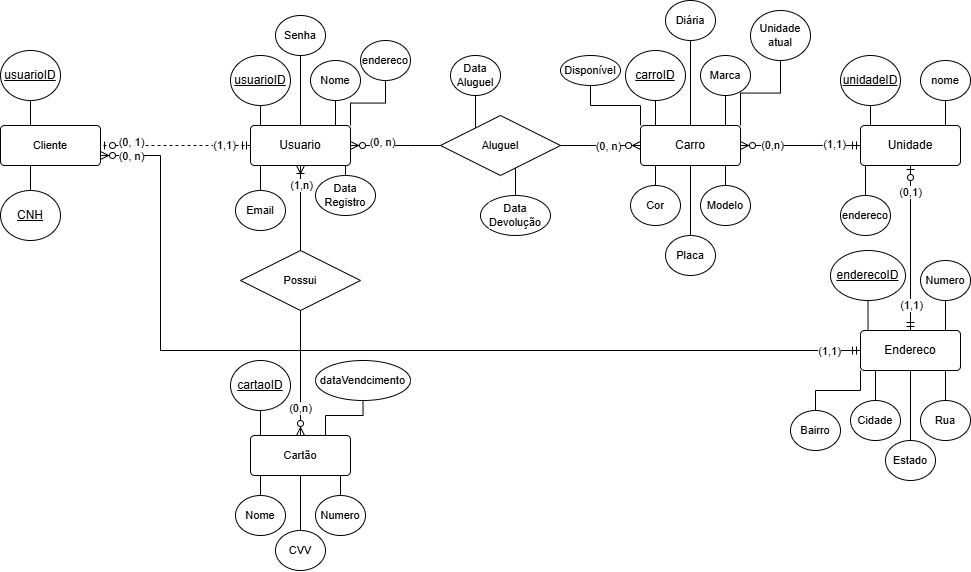
This is MobcarMER.png from Pedroguibas/Mobcar, a draw.io export, as it was before one commit. Source tidied: cells renumbered, new cells last; positions are measured from the earlier drawing's top-left corner, leaving out a move shared by most shapes.
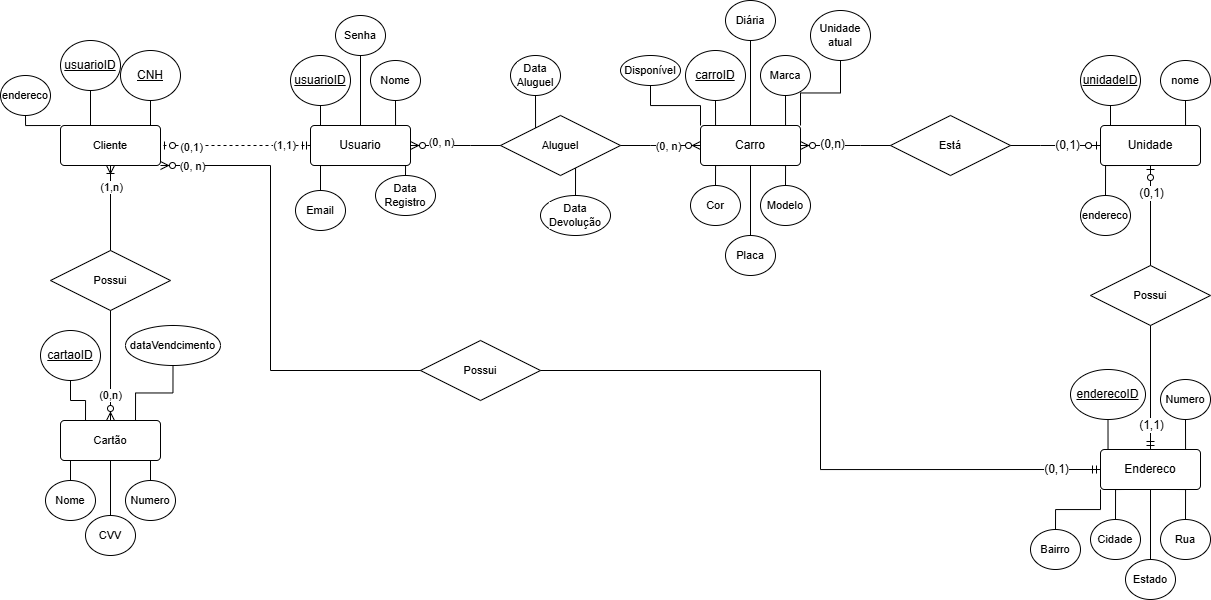
After the change.

Diff of the diagram source:
```diff
@@ -19,5 +19,2 @@
     </mxCell>
-    <mxCell id="7" style="edgeStyle=orthogonalEdgeStyle;rounded=0;jettySize=auto;html=1;exitX=1;exitY=0;exitDx=0;exitDy=0;endArrow=none;startFill=0;" parent="1" edge="1" source="8" target="88">
-      <mxGeometry relative="1" as="geometry" />
-    </mxCell>
     <mxCell id="8" value="Usuario" style="rounded=1;arcSize=10;whiteSpace=wrap;html=1;align=center;" parent="1" vertex="1">
@@ -116,5 +113,8 @@
     </mxCell>
-    <mxCell id="38" style="edgeStyle=orthogonalEdgeStyle;shape=connector;rounded=0;jettySize=auto;html=1;exitX=0.25;exitY=1;exitDx=0;exitDy=0;entryX=0.5;entryY=0;entryDx=0;entryDy=0;strokeColor=default;align=center;verticalAlign=middle;fontFamily=Helvetica;fontSize=11;fontColor=default;labelBackgroundColor=default;startFill=0;endArrow=none;" parent="1" edge="1" source="39" target="43">
+    <mxCell id="38" style="edgeStyle=orthogonalEdgeStyle;shape=connector;rounded=0;jettySize=auto;html=1;exitX=0.75;exitY=0;exitDx=0;exitDy=0;entryX=0.5;entryY=1;entryDx=0;entryDy=0;strokeColor=default;align=center;verticalAlign=middle;fontFamily=Helvetica;fontSize=11;fontColor=default;labelBackgroundColor=default;startFill=0;endArrow=none;" parent="1" edge="1" source="39" target="43">
       <mxGeometry relative="1" as="geometry" />
     </mxCell>
+    <mxCell id="94" style="edgeStyle=orthogonalEdgeStyle;shape=connector;rounded=0;jettySize=auto;html=1;exitX=0;exitY=0;exitDx=0;exitDy=0;entryX=0.5;entryY=1;entryDx=0;entryDy=0;strokeColor=default;align=center;verticalAlign=middle;fontFamily=Helvetica;fontSize=11;fontColor=default;labelBackgroundColor=default;startFill=0;endArrow=none;" parent="1" edge="1" source="39" target="88">
+      <mxGeometry relative="1" as="geometry" />
+    </mxCell>
     <mxCell id="39" value="Cliente" style="rounded=1;arcSize=10;whiteSpace=wrap;html=1;align=center;fontFamily=Helvetica;fontSize=11;fontColor=default;labelBackgroundColor=default;" parent="1" vertex="1">
@@ -125,5 +125,5 @@
     </mxCell>
-    <mxCell id="41" value="(0, 1)" style="edgeLabel;html=1;align=center;verticalAlign=middle;fontFamily=Helvetica;fontSize=11;fontColor=default;labelBackgroundColor=default;" parent="40" vertex="1">
+    <mxCell id="41" value="(0,1)" style="edgeLabel;html=1;align=center;verticalAlign=middle;fontFamily=Helvetica;fontSize=11;fontColor=default;labelBackgroundColor=default;" parent="40" vertex="1">
       <mxGeometry x="0.61" y="2" relative="1" as="geometry">
-        <mxPoint y="-6" as="offset" />
+        <mxPoint y="-1" as="offset" />
       </mxGeometry>
@@ -134,6 +134,6 @@
     <mxCell id="43" value="CNH" style="ellipse;whiteSpace=wrap;html=1;align=center;fontStyle=4;" parent="1" vertex="1">
-      <mxGeometry y="190" width="60" height="50" as="geometry" />
+      <mxGeometry x="60" y="50" width="60" height="50" as="geometry" />
     </mxCell>
     <mxCell id="44" value="usuarioID" style="ellipse;whiteSpace=wrap;html=1;align=center;fontStyle=4;" parent="1" vertex="1">
-      <mxGeometry y="50" width="60" height="50" as="geometry" />
+      <mxGeometry y="40" width="60" height="50" as="geometry" />
     </mxCell>
@@ -155,9 +155,9 @@
     <mxCell id="50" value="Unidade" style="rounded=1;arcSize=10;whiteSpace=wrap;html=1;align=center;" parent="1" vertex="1">
-      <mxGeometry x="860" y="125" width="100" height="40" as="geometry" />
+      <mxGeometry x="1040" y="125" width="100" height="40" as="geometry" />
     </mxCell>
     <mxCell id="51" value="unidadeID" style="ellipse;whiteSpace=wrap;html=1;align=center;fontStyle=4;" parent="1" vertex="1">
-      <mxGeometry x="840" y="55" width="60" height="50" as="geometry" />
+      <mxGeometry x="1020" y="55" width="60" height="50" as="geometry" />
     </mxCell>
     <mxCell id="52" value="endereco" style="ellipse;whiteSpace=wrap;html=1;align=center;fontFamily=Helvetica;fontSize=11;fontColor=default;labelBackgroundColor=default;" parent="1" vertex="1">
-      <mxGeometry x="840" y="195" width="50" height="40" as="geometry" />
+      <mxGeometry x="1020" y="195" width="50" height="40" as="geometry" />
     </mxCell>
@@ -182,37 +182,24 @@
     <mxCell id="59" value="Endereco" style="rounded=1;arcSize=10;whiteSpace=wrap;html=1;align=center;" parent="1" vertex="1">
-      <mxGeometry x="860" y="330" width="100" height="40" as="geometry" />
+      <mxGeometry x="1040" y="449" width="100" height="40" as="geometry" />
     </mxCell>
     <mxCell id="60" value="Cidade" style="ellipse;whiteSpace=wrap;html=1;align=center;fontFamily=Helvetica;fontSize=11;fontColor=default;labelBackgroundColor=default;" parent="1" vertex="1">
-      <mxGeometry x="850" y="400" width="50" height="40" as="geometry" />
+      <mxGeometry x="1030" y="519" width="50" height="40" as="geometry" />
     </mxCell>
     <mxCell id="61" value="Rua" style="ellipse;whiteSpace=wrap;html=1;align=center;fontFamily=Helvetica;fontSize=11;fontColor=default;labelBackgroundColor=default;" parent="1" vertex="1">
-      <mxGeometry x="920" y="400" width="50" height="40" as="geometry" />
+      <mxGeometry x="1100" y="519" width="50" height="40" as="geometry" />
     </mxCell>
     <mxCell id="62" value="Numero" style="ellipse;whiteSpace=wrap;html=1;align=center;fontFamily=Helvetica;fontSize=11;fontColor=default;labelBackgroundColor=default;" parent="1" vertex="1">
-      <mxGeometry x="920" y="260" width="50" height="40" as="geometry" />
+      <mxGeometry x="1100" y="379" width="50" height="40" as="geometry" />
     </mxCell>
     <mxCell id="63" value="enderecoID" style="ellipse;whiteSpace=wrap;html=1;align=center;fontStyle=4;" parent="1" vertex="1">
-      <mxGeometry x="830" y="250" width="75" height="50" as="geometry" />
+      <mxGeometry x="1010" y="369" width="75" height="50" as="geometry" />
     </mxCell>
     <mxCell id="64" value="nome" style="ellipse;whiteSpace=wrap;html=1;align=center;fontFamily=Helvetica;fontSize=11;fontColor=default;labelBackgroundColor=default;" parent="1" vertex="1">
-      <mxGeometry x="920" y="60" width="50" height="40" as="geometry" />
+      <mxGeometry x="1100" y="60" width="50" height="40" as="geometry" />
     </mxCell>
-    <mxCell id="65" style="edgeStyle=entityRelationEdgeStyle;fontSize=12;html=1;endArrow=ERzeroToMany;startArrow=ERmandOne;rounded=0;strokeColor=default;align=center;verticalAlign=middle;fontFamily=Helvetica;fontColor=default;labelBackgroundColor=default;entryX=1;entryY=0.5;entryDx=0;entryDy=0;exitX=0;exitY=0.5;exitDx=0;exitDy=0;" parent="1" edge="1" source="50" target="17">
-      <mxGeometry relative="1" as="geometry" />
-    </mxCell>
-    <mxCell id="66" value="(0,n)" style="edgeLabel;html=1;align=center;verticalAlign=middle;fontFamily=Helvetica;fontSize=11;fontColor=default;labelBackgroundColor=default;" parent="65" vertex="1">
-      <mxGeometry x="0.46" y="1" relative="1" as="geometry">
-        <mxPoint x="-2" y="-2" as="offset" />
-      </mxGeometry>
-    </mxCell>
-    <mxCell id="67" value="(1,1)" style="edgeLabel;html=1;align=center;verticalAlign=middle;fontFamily=Helvetica;fontSize=11;fontColor=default;labelBackgroundColor=default;" parent="65" vertex="1">
-      <mxGeometry x="-0.61" y="-1" relative="1" as="geometry">
-        <mxPoint x="-2" y="-1" as="offset" />
-      </mxGeometry>
-    </mxCell>
     <mxCell id="68" value="Estado" style="ellipse;whiteSpace=wrap;html=1;align=center;fontFamily=Helvetica;fontSize=11;fontColor=default;labelBackgroundColor=default;" parent="1" vertex="1">
-      <mxGeometry x="885" y="440" width="50" height="40" as="geometry" />
+      <mxGeometry x="1065" y="559" width="50" height="40" as="geometry" />
     </mxCell>
     <mxCell id="69" value="Bairro" style="ellipse;whiteSpace=wrap;html=1;align=center;fontFamily=Helvetica;fontSize=11;fontColor=default;labelBackgroundColor=default;" parent="1" vertex="1">
-      <mxGeometry x="790" y="410" width="50" height="40" as="geometry" />
+      <mxGeometry x="970" y="529" width="50" height="40" as="geometry" />
     </mxCell>
@@ -221,26 +208,2 @@
     </mxCell>
-    <mxCell id="71" style="fontSize=12;html=1;endArrow=ERzeroToOne;startArrow=ERmandOne;rounded=0;strokeColor=default;align=center;verticalAlign=middle;fontFamily=Helvetica;fontColor=default;labelBackgroundColor=default;entryX=0.5;entryY=1;entryDx=0;entryDy=0;exitX=0.5;exitY=0;exitDx=0;exitDy=0;" parent="1" edge="1" source="59" target="50">
-      <mxGeometry relative="1" as="geometry" />
-    </mxCell>
-    <mxCell id="72" value="(1,1)" style="edgeLabel;html=1;align=center;verticalAlign=middle;fontFamily=Helvetica;fontSize=11;fontColor=default;labelBackgroundColor=default;" parent="71" vertex="1">
-      <mxGeometry x="-0.69" relative="1" as="geometry" />
-    </mxCell>
-    <mxCell id="73" value="(0,1)" style="edgeLabel;html=1;align=center;verticalAlign=middle;fontFamily=Helvetica;fontSize=11;fontColor=default;labelBackgroundColor=default;" parent="71" vertex="1">
-      <mxGeometry x="0.69" y="1" relative="1" as="geometry" />
-    </mxCell>
-    <mxCell id="74" style="edgeStyle=elbowEdgeStyle;fontSize=12;html=1;endArrow=ERzeroToMany;startArrow=ERmandOne;rounded=0;strokeColor=default;align=center;verticalAlign=middle;fontFamily=Helvetica;fontColor=default;labelBackgroundColor=default;entryX=1;entryY=0.75;entryDx=0;entryDy=0;exitX=0;exitY=0.5;exitDx=0;exitDy=0;" parent="1" edge="1" source="59" target="39">
-      <mxGeometry relative="1" as="geometry">
-        <Array as="points">
-          <mxPoint x="160" y="310" />
-        </Array>
-      </mxGeometry>
-    </mxCell>
-    <mxCell id="75" value="(1,1)" style="edgeLabel;html=1;align=center;verticalAlign=middle;fontFamily=Helvetica;fontSize=11;fontColor=default;labelBackgroundColor=default;" parent="74" vertex="1">
-      <mxGeometry x="-0.95" y="-3" relative="1" as="geometry">
-        <mxPoint x="-10" y="3" as="offset" />
-      </mxGeometry>
-    </mxCell>
-    <mxCell id="76" value="(0, n)" style="edgeLabel;html=1;align=center;verticalAlign=middle;fontFamily=Helvetica;fontSize=11;fontColor=default;labelBackgroundColor=default;" parent="1" vertex="1">
-      <mxGeometry x="130" y="155" as="geometry" />
-    </mxCell>
     <mxCell id="77" style="edgeStyle=orthogonalEdgeStyle;shape=connector;rounded=0;jettySize=auto;html=1;exitX=0.25;exitY=0;exitDx=0;exitDy=0;entryX=0.5;entryY=1;entryDx=0;entryDy=0;strokeColor=default;align=center;verticalAlign=middle;fontFamily=Helvetica;fontSize=11;fontColor=default;labelBackgroundColor=default;startFill=0;endArrow=none;" parent="1" edge="1" source="82" target="83">
@@ -261,24 +224,24 @@
     <mxCell id="82" value="Cartão" style="rounded=1;arcSize=10;whiteSpace=wrap;html=1;align=center;fontFamily=Helvetica;fontSize=11;fontColor=default;labelBackgroundColor=default;" parent="1" vertex="1">
-      <mxGeometry x="250" y="435" width="100" height="40" as="geometry" />
+      <mxGeometry y="420" width="100" height="40" as="geometry" />
     </mxCell>
     <mxCell id="83" value="cartaoID" style="ellipse;whiteSpace=wrap;html=1;align=center;fontStyle=4;" parent="1" vertex="1">
-      <mxGeometry x="230" y="360" width="60" height="50" as="geometry" />
+      <mxGeometry x="-20" y="330" width="60" height="50" as="geometry" />
     </mxCell>
     <mxCell id="84" value="Nome" style="ellipse;whiteSpace=wrap;html=1;align=center;fontFamily=Helvetica;fontSize=11;fontColor=default;labelBackgroundColor=default;" parent="1" vertex="1">
-      <mxGeometry x="235" y="495" width="50" height="40" as="geometry" />
+      <mxGeometry x="-15" y="480" width="50" height="40" as="geometry" />
     </mxCell>
     <mxCell id="85" value="Numero" style="ellipse;whiteSpace=wrap;html=1;align=center;fontFamily=Helvetica;fontSize=11;fontColor=default;labelBackgroundColor=default;" parent="1" vertex="1">
-      <mxGeometry x="315" y="495" width="50" height="40" as="geometry" />
+      <mxGeometry x="65" y="480" width="50" height="40" as="geometry" />
     </mxCell>
     <mxCell id="86" value="dataVendcimento" style="ellipse;whiteSpace=wrap;html=1;align=center;fontFamily=Helvetica;fontSize=11;fontColor=default;labelBackgroundColor=default;" parent="1" vertex="1">
-      <mxGeometry x="315" y="360" width="95" height="40" as="geometry" />
+      <mxGeometry x="65" y="325" width="95" height="40" as="geometry" />
     </mxCell>
     <mxCell id="87" value="CVV" style="ellipse;whiteSpace=wrap;html=1;align=center;fontFamily=Helvetica;fontSize=11;fontColor=default;labelBackgroundColor=default;" parent="1" vertex="1">
-      <mxGeometry x="275" y="530" width="50" height="40" as="geometry" />
+      <mxGeometry x="25" y="515" width="50" height="40" as="geometry" />
     </mxCell>
     <mxCell id="88" value="endereco" style="ellipse;whiteSpace=wrap;html=1;align=center;fontFamily=Helvetica;fontSize=11;fontColor=default;labelBackgroundColor=default;" parent="1" vertex="1">
-      <mxGeometry x="360" y="40" width="50" height="40" as="geometry" />
+      <mxGeometry x="-60" y="75" width="50" height="40" as="geometry" />
     </mxCell>
     <mxCell id="89" value="Possui" style="shape=rhombus;perimeter=rhombusPerimeter;whiteSpace=wrap;html=1;align=center;fontFamily=Helvetica;fontSize=11;fontColor=default;labelBackgroundColor=default;" parent="1" vertex="1">
-      <mxGeometry x="240" y="250" width="120" height="60" as="geometry" />
+      <mxGeometry x="-10" y="250" width="120" height="60" as="geometry" />
     </mxCell>
@@ -290,3 +253,3 @@
     </mxCell>
-    <mxCell id="92" style="fontSize=12;html=1;endArrow=ERoneToMany;rounded=0;strokeColor=default;align=center;verticalAlign=middle;fontFamily=Helvetica;fontColor=default;labelBackgroundColor=default;entryX=0.5;entryY=1;entryDx=0;entryDy=0;exitX=0.5;exitY=0;exitDx=0;exitDy=0;" parent="1" edge="1" source="89" target="8">
+    <mxCell id="92" style="fontSize=12;html=1;endArrow=ERoneToMany;rounded=0;strokeColor=default;align=center;verticalAlign=middle;fontFamily=Helvetica;fontColor=default;labelBackgroundColor=default;entryX=0.5;entryY=1;entryDx=0;entryDy=0;exitX=0.5;exitY=0;exitDx=0;exitDy=0;" parent="1" edge="1" source="89" target="39">
       <mxGeometry relative="1" as="geometry" />
@@ -295,5 +258,62 @@
       <mxGeometry x="0.6" relative="1" as="geometry">
-        <mxPoint y="3" as="offset" />
+        <mxPoint y="5" as="offset" />
       </mxGeometry>
     </mxCell>
+    <mxCell id="95" value="Está" style="shape=rhombus;perimeter=rhombusPerimeter;whiteSpace=wrap;html=1;align=center;fontFamily=Helvetica;fontSize=11;fontColor=default;labelBackgroundColor=default;" parent="1" vertex="1">
+      <mxGeometry x="830" y="115" width="120" height="60" as="geometry" />
+    </mxCell>
+    <mxCell id="96" style="edgeStyle=entityRelationEdgeStyle;fontSize=12;html=1;endArrow=ERzeroToOne;endFill=1;rounded=0;strokeColor=default;align=center;verticalAlign=middle;fontFamily=Helvetica;fontColor=default;labelBackgroundColor=default;entryX=0;entryY=0.5;entryDx=0;entryDy=0;exitX=1;exitY=0.5;exitDx=0;exitDy=0;" parent="1" edge="1" source="95" target="50">
+      <mxGeometry relative="1" as="geometry" />
+    </mxCell>
+    <mxCell id="97" value="(0,1)" style="edgeLabel;html=1;align=center;verticalAlign=middle;fontSize=12;fontFamily=Helvetica;fontColor=default;labelBackgroundColor=default;" parent="96" vertex="1">
+      <mxGeometry x="0.27" y="1" relative="1" as="geometry" />
+    </mxCell>
+    <mxCell id="98" style="edgeStyle=entityRelationEdgeStyle;fontSize=12;html=1;endArrow=ERzeroToMany;endFill=1;rounded=0;strokeColor=default;align=center;verticalAlign=middle;fontFamily=Helvetica;fontColor=default;labelBackgroundColor=default;entryX=1;entryY=0.5;entryDx=0;entryDy=0;exitX=0;exitY=0.5;exitDx=0;exitDy=0;" parent="1" edge="1" source="95" target="17">
+      <mxGeometry relative="1" as="geometry" />
+    </mxCell>
+    <mxCell id="66" value="(0,n)" style="edgeLabel;html=1;align=center;verticalAlign=middle;fontSize=12;fontFamily=Helvetica;fontColor=default;labelBackgroundColor=default;" parent="98" vertex="1">
+      <mxGeometry x="0.31" y="-2" relative="1" as="geometry" />
+    </mxCell>
+    <mxCell id="99" value="Possui" style="shape=rhombus;perimeter=rhombusPerimeter;whiteSpace=wrap;html=1;align=center;fontFamily=Helvetica;fontSize=11;fontColor=default;labelBackgroundColor=default;" parent="1" vertex="1">
+      <mxGeometry x="1030" y="265" width="120" height="60" as="geometry" />
+    </mxCell>
+    <mxCell id="100" style="fontSize=12;html=1;endArrow=ERmandOne;rounded=0;strokeColor=default;align=center;verticalAlign=middle;fontFamily=Helvetica;fontColor=default;labelBackgroundColor=default;entryX=0.5;entryY=0;entryDx=0;entryDy=0;exitX=0.5;exitY=1;exitDx=0;exitDy=0;" parent="1" edge="1" source="99" target="59">
+      <mxGeometry relative="1" as="geometry" />
+    </mxCell>
+    <mxCell id="101" value="(1,1)" style="edgeLabel;html=1;align=center;verticalAlign=middle;fontSize=12;fontFamily=Helvetica;fontColor=default;labelBackgroundColor=default;" parent="100" vertex="1">
+      <mxGeometry x="0.63" relative="1" as="geometry">
+        <mxPoint y="-2" as="offset" />
+      </mxGeometry>
+    </mxCell>
+    <mxCell id="102" style="fontSize=12;html=1;endArrow=ERzeroToOne;endFill=1;rounded=0;strokeColor=default;align=center;verticalAlign=middle;fontFamily=Helvetica;fontColor=default;labelBackgroundColor=default;entryX=0.5;entryY=1;entryDx=0;entryDy=0;exitX=0.5;exitY=0;exitDx=0;exitDy=0;" parent="1" edge="1" source="99" target="50">
+      <mxGeometry relative="1" as="geometry" />
+    </mxCell>
+    <mxCell id="103" value="(0,1)" style="edgeLabel;html=1;align=center;verticalAlign=middle;fontSize=12;fontFamily=Helvetica;fontColor=default;labelBackgroundColor=default;" parent="102" vertex="1">
+      <mxGeometry x="0.48" relative="1" as="geometry">
+        <mxPoint y="2" as="offset" />
+      </mxGeometry>
+    </mxCell>
+    <mxCell id="104" value="Possui" style="shape=rhombus;perimeter=rhombusPerimeter;whiteSpace=wrap;html=1;align=center;fontFamily=Helvetica;fontSize=11;fontColor=default;labelBackgroundColor=default;" parent="1" vertex="1">
+      <mxGeometry x="360" y="340" width="120" height="60" as="geometry" />
+    </mxCell>
+    <mxCell id="105" style="edgeStyle=orthogonalEdgeStyle;fontSize=12;html=1;endArrow=ERmandOne;rounded=0;strokeColor=default;align=center;verticalAlign=middle;fontFamily=Helvetica;fontColor=default;labelBackgroundColor=default;entryX=0;entryY=0.5;entryDx=0;entryDy=0;exitX=1;exitY=0.5;exitDx=0;exitDy=0;" parent="1" edge="1" source="104" target="59">
+      <mxGeometry relative="1" as="geometry" />
+    </mxCell>
+    <mxCell id="106" value="(0,1)" style="edgeLabel;html=1;align=center;verticalAlign=middle;fontSize=12;fontFamily=Helvetica;fontColor=default;labelBackgroundColor=default;" parent="105" vertex="1">
+      <mxGeometry x="0.84" y="4" relative="1" as="geometry">
+        <mxPoint x="7" y="3" as="offset" />
+      </mxGeometry>
+    </mxCell>
+    <mxCell id="107" style="edgeStyle=elbowEdgeStyle;fontSize=12;html=1;endArrow=ERzeroToMany;endFill=1;rounded=0;strokeColor=default;align=center;verticalAlign=middle;fontFamily=Helvetica;fontColor=default;labelBackgroundColor=default;entryX=1;entryY=1;entryDx=0;entryDy=0;" parent="1" edge="1" source="104" target="39">
+      <mxGeometry relative="1" as="geometry">
+        <Array as="points">
+          <mxPoint x="210" y="270" />
+        </Array>
+      </mxGeometry>
+    </mxCell>
+    <mxCell id="76" value="(0, n)" style="edgeLabel;html=1;align=center;verticalAlign=middle;fontFamily=Helvetica;fontSize=11;fontColor=default;labelBackgroundColor=default;" parent="1" vertex="1">
+      <mxGeometry x="139" y="170" as="geometry">
+        <mxPoint x="-8" y="-5" as="offset" />
+      </mxGeometry>
+    </mxCell>
   </root>
```
